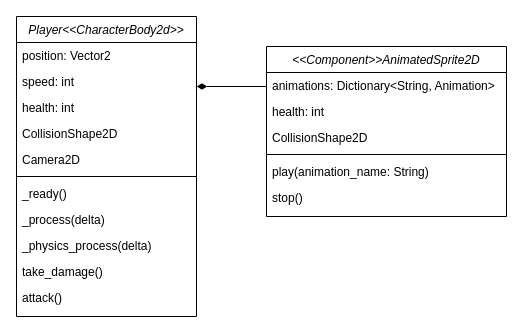
Before: Documentation/images/design/Player_Class_Diagram.drawio in JCSnelson/JSnelson-NEA, a draw.io diagram. Source tidied: cells renumbered, new cells numbered last; positions are measured from the earlier drawing's top-left corner, leaving out a move shared by most shapes. Both pictures are drawn from the tidied source at 100%, with x=0, y=0 at pixel (16, 16).
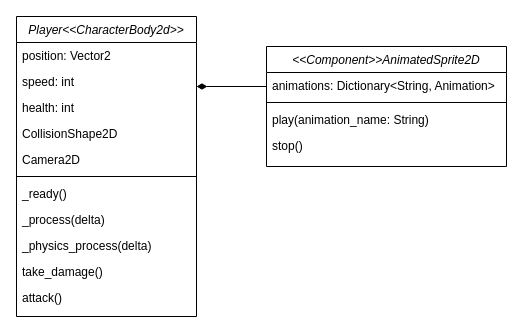
Above is the later version.

What changed in the source:
```diff
@@
     <mxCell id="14" value="&lt;&lt;Component&gt;&gt;AnimatedSprite2D" style="swimlane;fontStyle=2;align=center;verticalAlign=top;horizontal=1;startSize=26;rounded=0;shadow=0;strokeWidth=1;" parent="1" vertex="1">
-      <mxGeometry x="250" y="30" width="240" height="170" as="geometry" />
+      <mxGeometry x="250" y="30" width="240" height="120" as="geometry" />
     </mxCell>
@@
-    <mxCell id="16" value="health: int" style="text;align=left;verticalAlign=top;spacingLeft=4;spacingRight=4;overflow=hidden;rounded=0;shadow=0;html=0;" parent="14" vertex="1">
-      <mxGeometry y="52" width="240" height="26" as="geometry" />
-    </mxCell>
-    <mxCell id="17" value="CollisionShape2D" style="text;align=left;verticalAlign=top;spacingLeft=4;spacingRight=4;overflow=hidden;rounded=0;shadow=0;html=0;" parent="14" vertex="1">
-      <mxGeometry y="78" width="240" height="26" as="geometry" />
-    </mxCell>
     <mxCell id="18" style="line;html=1;strokeWidth=1;align=left;verticalAlign=middle;spacingTop=-1;spacingLeft=3;spacingRight=3;labelPosition=right;" parent="14" vertex="1">
-      <mxGeometry y="104" width="240" height="8" as="geometry" />
+      <mxGeometry y="52" width="240" height="8" as="geometry" />
     </mxCell>
     <mxCell id="19" value="play(animation_name: String)" style="text;align=left;verticalAlign=top;spacingLeft=4;spacingRight=4;overflow=hidden;rounded=0;shadow=0;html=0;" parent="14" vertex="1">
-      <mxGeometry y="112" width="240" height="26" as="geometry" />
+      <mxGeometry y="60" width="240" height="26" as="geometry" />
     </mxCell>
     <mxCell id="20" value="stop()" style="text;align=left;verticalAlign=top;spacingLeft=4;spacingRight=4;overflow=hidden;rounded=0;shadow=0;html=0;" parent="14" vertex="1">
-      <mxGeometry y="138" width="240" height="26" as="geometry" />
+      <mxGeometry y="86" width="240" height="26" as="geometry" />
     </mxCell>
```
